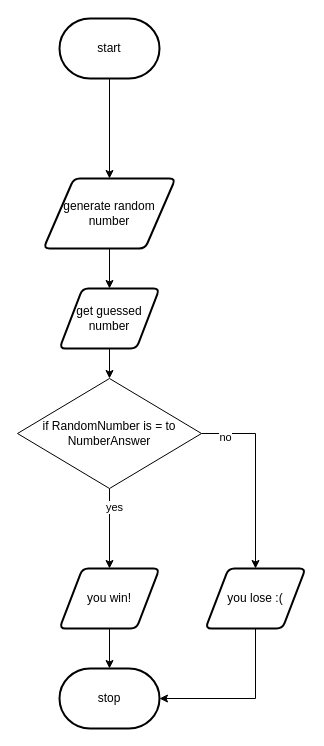
Earlier version of the draw.io diagram flow.drawio (devin-jhu/ICS3U-Unit3-03-Python). Source tidied: cells renumbered, new cells numbered last; positions are measured from the earlier drawing's top-left corner, leaving out a move shared by most shapes. Both pictures are drawn from the tidied source at 100%, with x=0, y=0 at pixel (17, 18).
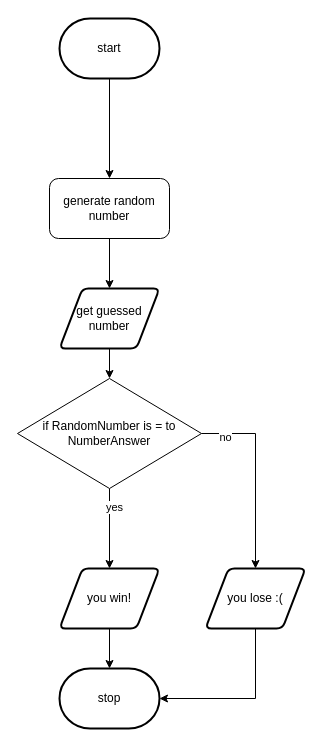
The same diagram, later.

Diff of the diagram source:
```diff
@@
 <mxGraphModel>
   <root>
     <mxCell id="0" />
     <mxCell id="1" parent="0" />
-    <mxCell id="2" style="edgeStyle=none;html=1;exitX=0.5;exitY=1;exitDx=0;exitDy=0;exitPerimeter=0;" parent="1" edge="1" source="3" target="17">
-      <mxGeometry relative="1" as="geometry" />
+    <mxCell id="2" style="edgeStyle=none;html=1;exitX=0.5;exitY=1;exitDx=0;exitDy=0;exitPerimeter=0;" parent="1" edge="1" source="3">
+      <mxGeometry relative="1" as="geometry">
+        <mxPoint x="92" y="160" as="targetPoint" />
+      </mxGeometry>
     </mxCell>
     <mxCell id="3" value="start" style="strokeWidth=2;html=1;shape=mxgraph.flowchart.terminator;whiteSpace=wrap;" parent="1" vertex="1">
       <mxGeometry x="42" width="100" height="60" as="geometry" />
     </mxCell>
     <mxCell id="4" style="edgeStyle=none;html=1;exitX=0.5;exitY=1;exitDx=0;exitDy=0;entryX=0.5;entryY=0;entryDx=0;entryDy=0;" parent="1" edge="1" source="5" target="15">
       <mxGeometry relative="1" as="geometry" />
     </mxCell>
     <mxCell id="5" value="get guessed number" style="shape=parallelogram;html=1;strokeWidth=2;perimeter=parallelogramPerimeter;whiteSpace=wrap;rounded=1;arcSize=12;size=0.23;" parent="1" vertex="1">
       <mxGeometry x="42" y="270" width="100" height="60" as="geometry" />
     </mxCell>
     <mxCell id="6" style="edgeStyle=none;html=1;exitX=0.5;exitY=1;exitDx=0;exitDy=0;entryX=0.5;entryY=0;entryDx=0;entryDy=0;" parent="1" edge="1" source="15" target="11">
       <mxGeometry relative="1" as="geometry" />
     </mxCell>
     <mxCell id="7" value="yes" style="edgeLabel;html=1;align=center;verticalAlign=middle;" parent="6" vertex="1">
       <mxGeometry x="-0.54" y="4" relative="1" as="geometry" />
     </mxCell>
     <mxCell id="8" style="edgeStyle=orthogonalEdgeStyle;html=1;exitX=1;exitY=0.5;exitDx=0;exitDy=0;entryX=0.5;entryY=0;entryDx=0;entryDy=0;rounded=0;" parent="1" edge="1" source="15" target="14">
       <mxGeometry relative="1" as="geometry" />
     </mxCell>
     <mxCell id="9" value="no" style="edgeLabel;html=1;align=center;verticalAlign=middle;fontSize=11;fontFamily=Helvetica;fontColor=default;" parent="8" vertex="1">
       <mxGeometry x="-0.76" y="-3" relative="1" as="geometry" />
     </mxCell>
     <mxCell id="10" style="edgeStyle=none;html=1;exitX=0.5;exitY=1;exitDx=0;exitDy=0;entryX=0.5;entryY=0;entryDx=0;entryDy=0;entryPerimeter=0;" parent="1" edge="1" source="11" target="12">
       <mxGeometry relative="1" as="geometry" />
     </mxCell>
     <mxCell id="11" value="you win!" style="shape=parallelogram;html=1;strokeWidth=2;perimeter=parallelogramPerimeter;whiteSpace=wrap;rounded=1;arcSize=12;size=0.23;" parent="1" vertex="1">
       <mxGeometry x="42" y="550" width="100" height="60" as="geometry" />
     </mxCell>
     <mxCell id="12" value="stop" style="strokeWidth=2;html=1;shape=mxgraph.flowchart.terminator;whiteSpace=wrap;" parent="1" vertex="1">
       <mxGeometry x="42" y="650" width="100" height="60" as="geometry" />
     </mxCell>
     <mxCell id="13" style="edgeStyle=orthogonalEdgeStyle;shape=connector;rounded=0;html=1;exitX=0.5;exitY=1;exitDx=0;exitDy=0;entryX=1;entryY=0.5;entryDx=0;entryDy=0;entryPerimeter=0;labelBackgroundColor=default;fontFamily=Helvetica;fontSize=11;fontColor=default;endArrow=classic;strokeColor=default;" parent="1" edge="1" source="14" target="12">
       <mxGeometry relative="1" as="geometry">
         <Array as="points">
           <mxPoint x="238" y="680" />
         </Array>
       </mxGeometry>
     </mxCell>
     <mxCell id="14" value="you lose :(" style="shape=parallelogram;html=1;strokeWidth=2;perimeter=parallelogramPerimeter;whiteSpace=wrap;rounded=1;arcSize=12;size=0.23;" parent="1" vertex="1">
       <mxGeometry x="188" y="550" width="100" height="60" as="geometry" />
     </mxCell>
     <mxCell id="15" value="&lt;span&gt;if RandomNumber is = to NumberAnswer&lt;/span&gt;" style="rhombus;whiteSpace=wrap;html=1;" parent="1" vertex="1">
       <mxGeometry y="360" width="184" height="110" as="geometry" />
     </mxCell>
     <mxCell id="16" style="edgeStyle=none;html=1;exitX=0.5;exitY=1;exitDx=0;exitDy=0;entryX=0.5;entryY=0;entryDx=0;entryDy=0;" parent="1" edge="1" source="17" target="5">
       <mxGeometry relative="1" as="geometry" />
     </mxCell>
-    <mxCell id="17" value="generate random number" style="shape=parallelogram;html=1;strokeWidth=2;perimeter=parallelogramPerimeter;whiteSpace=wrap;rounded=1;arcSize=12;size=0.23;" parent="1" vertex="1">
-      <mxGeometry x="26" y="160" width="132" height="70" as="geometry" />
+    <mxCell id="17" value="&lt;span&gt;generate random number&lt;/span&gt;" style="rounded=1;whiteSpace=wrap;html=1;" parent="1" vertex="1">
+      <mxGeometry x="32" y="160" width="120" height="60" as="geometry" />
     </mxCell>
   </root>
 </mxGraphModel>
```
